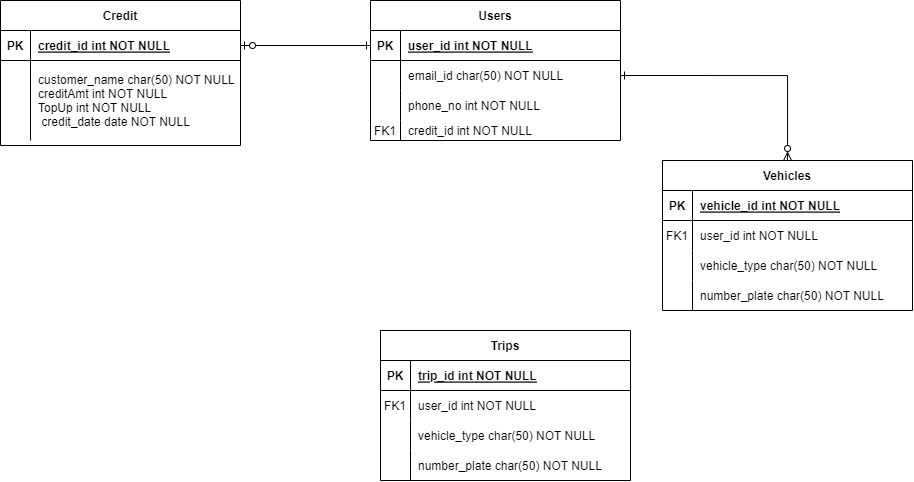
Earlier version of the draw.io export Traffic Toll Plaza.drawio.png (devansh19/Drawio). Source tidied: cells renumbered, new cells last; positions are measured from the earlier drawing's top-left corner, leaving out a move shared by most shapes.
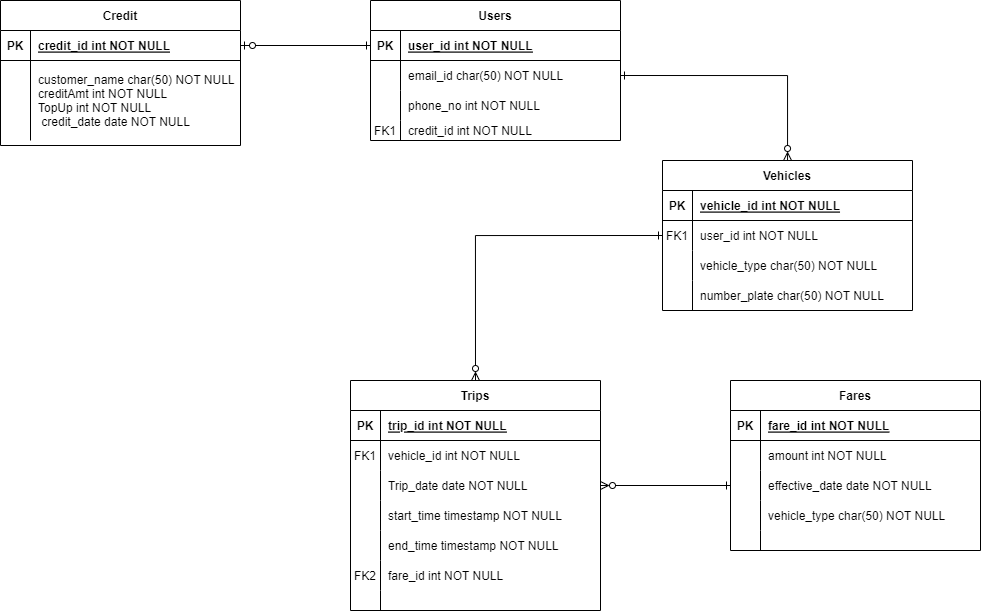
Later version of the same file.

What changed in the source:
```diff
@@ -108,7 +108,7 @@
       <mxGeometry relative="1" as="geometry" />
     </mxCell>
     <mxCell id="37" value="Trips" style="shape=table;startSize=30;rowLines=0;fontStyle=1;align=center;" parent="1" vertex="1">
-      <mxGeometry x="380" y="330" width="250" height="150" as="geometry" />
+      <mxGeometry x="350" y="380" width="250" height="230" as="geometry" />
     </mxCell>
     <mxCell id="38" style="shape=partialRectangle;fillColor=none;top=0;left=0;right=0;bottom=1;" parent="37" vertex="1">
       <mxGeometry y="30" width="250" height="30" as="geometry" />
@@ -125,7 +125,7 @@
     <mxCell id="42" value="FK1" style="shape=partialRectangle;overflow=hidden;fillColor=none;top=0;left=0;bottom=0;right=0;" parent="41" vertex="1">
       <mxGeometry width="30" height="30" as="geometry" />
     </mxCell>
-    <mxCell id="43" value="user_id int NOT NULL" style="shape=partialRectangle;overflow=hidden;fillColor=none;top=0;left=0;bottom=0;right=0;align=left;spacingLeft=6;" parent="41" vertex="1">
+    <mxCell id="43" value="vehicle_id int NOT NULL" style="shape=partialRectangle;overflow=hidden;fillColor=none;top=0;left=0;bottom=0;right=0;align=left;spacingLeft=6;" parent="41" vertex="1">
       <mxGeometry x="30" width="220" height="30" as="geometry" />
     </mxCell>
     <mxCell id="44" style="shape=partialRectangle;fillColor=none;points=[[0,0.5],[1,0.5]];portConstraint=eastwest;top=0;left=0;right=0;bottom=0;" parent="37" vertex="1">
@@ -134,7 +134,7 @@
     <mxCell id="45" style="shape=partialRectangle;overflow=hidden;fillColor=none;top=0;left=0;bottom=0;right=0;" parent="44" vertex="1">
       <mxGeometry width="30" height="30" as="geometry" />
     </mxCell>
-    <mxCell id="46" value="vehicle_type char(50) NOT NULL" style="shape=partialRectangle;overflow=hidden;fillColor=none;top=0;left=0;bottom=0;right=0;align=left;spacingLeft=6;" parent="44" vertex="1">
+    <mxCell id="46" value="Trip_date date NOT NULL" style="shape=partialRectangle;overflow=hidden;fillColor=none;top=0;left=0;bottom=0;right=0;align=left;spacingLeft=6;" parent="44" vertex="1">
       <mxGeometry x="30" width="220" height="30" as="geometry" />
     </mxCell>
     <mxCell id="47" style="shape=partialRectangle;fillColor=none;top=0;left=0;right=0;bottom=0;" parent="37" vertex="1">
@@ -143,8 +143,89 @@
     <mxCell id="48" style="shape=partialRectangle;overflow=hidden;fillColor=none;top=0;left=0;bottom=0;right=0;" parent="47" vertex="1">
       <mxGeometry width="30" height="30" as="geometry" />
     </mxCell>
-    <mxCell id="49" value="number_plate char(50) NOT NULL" style="shape=partialRectangle;overflow=hidden;fillColor=none;top=0;left=0;bottom=0;right=0;align=left;spacingLeft=6;" parent="47" vertex="1">
+    <mxCell id="49" value="start_time timestamp NOT NULL" style="shape=partialRectangle;overflow=hidden;fillColor=none;top=0;left=0;bottom=0;right=0;align=left;spacingLeft=6;" parent="47" vertex="1">
       <mxGeometry x="30" width="220" height="30" as="geometry" />
     </mxCell>
+    <mxCell id="50" style="shape=partialRectangle;fillColor=none;top=0;left=0;right=0;bottom=0;" parent="37" vertex="1">
+      <mxGeometry y="150" width="250" height="30" as="geometry" />
+    </mxCell>
+    <mxCell id="51" style="shape=partialRectangle;overflow=hidden;fillColor=none;top=0;left=0;bottom=0;right=0;" parent="50" vertex="1">
+      <mxGeometry width="30" height="30" as="geometry" />
+    </mxCell>
+    <mxCell id="52" value="end_time timestamp NOT NULL" style="shape=partialRectangle;overflow=hidden;fillColor=none;top=0;left=0;bottom=0;right=0;align=left;spacingLeft=6;" parent="50" vertex="1">
+      <mxGeometry x="30" width="220" height="30" as="geometry" />
+    </mxCell>
+    <mxCell id="53" style="shape=partialRectangle;fillColor=none;top=0;left=0;right=0;bottom=0;" parent="37" vertex="1">
+      <mxGeometry y="180" width="250" height="30" as="geometry" />
+    </mxCell>
+    <mxCell id="54" value="FK2" style="shape=partialRectangle;overflow=hidden;fillColor=none;top=0;left=0;bottom=0;right=0;" parent="53" vertex="1">
+      <mxGeometry width="30" height="30" as="geometry" />
+    </mxCell>
+    <mxCell id="55" value="fare_id int NOT NULL" style="shape=partialRectangle;overflow=hidden;fillColor=none;top=0;left=0;bottom=0;right=0;align=left;spacingLeft=6;" parent="53" vertex="1">
+      <mxGeometry x="30" width="220" height="30" as="geometry" />
+    </mxCell>
+    <mxCell id="56" style="shape=partialRectangle;fillColor=none;top=0;left=0;right=0;bottom=0;" parent="37" vertex="1">
+      <mxGeometry y="210" width="250" height="20" as="geometry" />
+    </mxCell>
+    <mxCell id="57" style="shape=partialRectangle;overflow=hidden;fillColor=none;top=0;left=0;bottom=0;right=0;" parent="56" vertex="1">
+      <mxGeometry width="30" height="20" as="geometry" />
+    </mxCell>
+    <mxCell id="58" style="shape=partialRectangle;overflow=hidden;fillColor=none;top=0;left=0;bottom=0;right=0;align=left;spacingLeft=6;" parent="56" vertex="1">
+      <mxGeometry x="30" width="220" height="20" as="geometry" />
+    </mxCell>
+    <mxCell id="59" style="edgeStyle=orthogonalEdgeStyle;rounded=0;jettySize=auto;html=1;exitX=0;exitY=0.5;exitDx=0;exitDy=0;entryX=0.5;entryY=0;entryDx=0;entryDy=0;startArrow=ERone;startFill=0;endArrow=ERzeroToMany;endFill=0;" parent="1" edge="1" source="19" target="37">
+      <mxGeometry relative="1" as="geometry" />
+    </mxCell>
+    <mxCell id="60" value="Fares" style="shape=table;startSize=30;rowLines=0;fontStyle=1;align=center;" parent="1" vertex="1">
+      <mxGeometry x="730" y="380" width="250" height="170" as="geometry" />
+    </mxCell>
+    <mxCell id="61" style="shape=partialRectangle;fillColor=none;top=0;left=0;right=0;bottom=1;" parent="60" vertex="1">
+      <mxGeometry y="30" width="250" height="30" as="geometry" />
+    </mxCell>
+    <mxCell id="62" value="PK" style="shape=partialRectangle;overflow=hidden;fillColor=none;top=0;left=0;bottom=0;right=0;fontStyle=1;" parent="61" vertex="1">
+      <mxGeometry width="30" height="30" as="geometry" />
+    </mxCell>
+    <mxCell id="63" value="fare_id int NOT NULL " style="shape=partialRectangle;overflow=hidden;fillColor=none;top=0;left=0;bottom=0;right=0;align=left;spacingLeft=6;fontStyle=5;" parent="61" vertex="1">
+      <mxGeometry x="30" width="220" height="30" as="geometry" />
+    </mxCell>
+    <mxCell id="64" style="shape=partialRectangle;fillColor=none;top=0;left=0;right=0;bottom=0;" parent="60" vertex="1">
+      <mxGeometry y="60" width="250" height="30" as="geometry" />
+    </mxCell>
+    <mxCell id="65" style="shape=partialRectangle;overflow=hidden;fillColor=none;top=0;left=0;bottom=0;right=0;" parent="64" vertex="1">
+      <mxGeometry width="30" height="30" as="geometry" />
+    </mxCell>
+    <mxCell id="66" value="amount int NOT NULL" style="shape=partialRectangle;overflow=hidden;fillColor=none;top=0;left=0;bottom=0;right=0;align=left;spacingLeft=6;" parent="64" vertex="1">
+      <mxGeometry x="30" width="220" height="30" as="geometry" />
+    </mxCell>
+    <mxCell id="67" style="shape=partialRectangle;fillColor=none;points=[[0,0.5],[1,0.5]];portConstraint=eastwest;top=0;left=0;right=0;bottom=0;" parent="60" vertex="1">
+      <mxGeometry y="90" width="250" height="30" as="geometry" />
+    </mxCell>
+    <mxCell id="68" style="shape=partialRectangle;overflow=hidden;fillColor=none;top=0;left=0;bottom=0;right=0;" parent="67" vertex="1">
+      <mxGeometry width="30" height="30" as="geometry" />
+    </mxCell>
+    <mxCell id="69" value="effective_date date NOT NULL" style="shape=partialRectangle;overflow=hidden;fillColor=none;top=0;left=0;bottom=0;right=0;align=left;spacingLeft=6;" parent="67" vertex="1">
+      <mxGeometry x="30" width="220" height="30" as="geometry" />
+    </mxCell>
+    <mxCell id="70" style="shape=partialRectangle;fillColor=none;top=0;left=0;right=0;bottom=0;" parent="60" vertex="1">
+      <mxGeometry y="120" width="250" height="30" as="geometry" />
+    </mxCell>
+    <mxCell id="71" style="shape=partialRectangle;overflow=hidden;fillColor=none;top=0;left=0;bottom=0;right=0;" parent="70" vertex="1">
+      <mxGeometry width="30" height="30" as="geometry" />
+    </mxCell>
+    <mxCell id="72" value="vehicle_type char(50) NOT NULL" style="shape=partialRectangle;overflow=hidden;fillColor=none;top=0;left=0;bottom=0;right=0;align=left;spacingLeft=6;" parent="70" vertex="1">
+      <mxGeometry x="30" width="220" height="30" as="geometry" />
+    </mxCell>
+    <mxCell id="73" style="shape=partialRectangle;fillColor=none;top=0;left=0;right=0;bottom=0;" parent="60" vertex="1">
+      <mxGeometry y="150" width="250" height="20" as="geometry" />
+    </mxCell>
+    <mxCell id="74" style="shape=partialRectangle;overflow=hidden;fillColor=none;top=0;left=0;bottom=0;right=0;" parent="73" vertex="1">
+      <mxGeometry width="30" height="20" as="geometry" />
+    </mxCell>
+    <mxCell id="75" style="shape=partialRectangle;overflow=hidden;fillColor=none;top=0;left=0;bottom=0;right=0;align=left;spacingLeft=6;" parent="73" vertex="1">
+      <mxGeometry x="30" width="220" height="20" as="geometry" />
+    </mxCell>
+    <mxCell id="76" style="edgeStyle=orthogonalEdgeStyle;rounded=0;jettySize=auto;html=1;exitX=1;exitY=0.5;exitDx=0;exitDy=0;entryX=0;entryY=0.5;entryDx=0;entryDy=0;startArrow=ERzeroToMany;startFill=0;endArrow=ERone;endFill=0;" parent="1" edge="1" source="44" target="67">
+      <mxGeometry relative="1" as="geometry" />
+    </mxCell>
   </root>
 </mxGraphModel>
```
